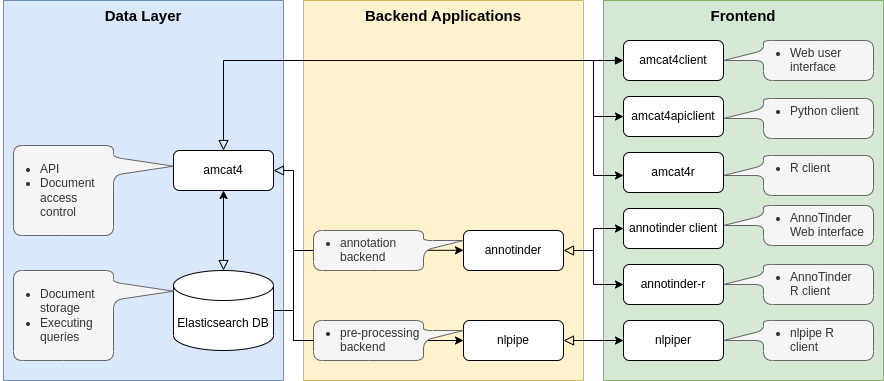
This is media/amcat-flow.drawio.png from JBGruber/amcat-book, a draw.io export, as it was before one commit. Source tidied: cells renumbered, new cells last; positions are measured from the earlier drawing's top-left corner, leaving out a move shared by most shapes.
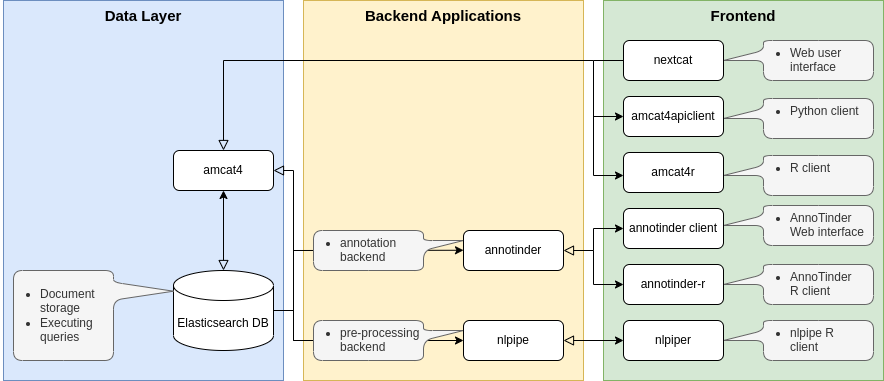
Later version of the same file.

Diff of the diagram source:
```diff
@@ -5,6 +5,9 @@
     <mxCell id="2" value="Data Layer" style="rounded=0;whiteSpace=wrap;html=1;strokeWidth=1;verticalAlign=top;fontStyle=1;fontSize=15;fillColor=#dae8fc;strokeColor=#6c8ebf;flipH=1;flipV=1;" parent="1" vertex="1">
       <mxGeometry width="280" height="380" as="geometry" />
     </mxCell>
+    <mxCell id="36" value="amcat4" style="rounded=1;whiteSpace=wrap;html=1;fontSize=12;glass=0;strokeWidth=1;shadow=0;imageWidth=24;" parent="1" vertex="1">
+      <mxGeometry x="170" y="150" width="100" height="40" as="geometry" />
+    </mxCell>
     <mxCell id="3" value="Repair Lamp" style="rounded=1;whiteSpace=wrap;html=1;fontSize=12;glass=0;strokeWidth=1;shadow=0;" parent="1" vertex="1">
       <mxGeometry x="414" y="20" width="120" height="40" as="geometry" />
     </mxCell>
@@ -48,12 +51,12 @@
     <mxCell id="12" value="&lt;ul&gt;&lt;li&gt;Web user interface&lt;/li&gt;&lt;/ul&gt;" style="shape=callout;whiteSpace=wrap;html=1;perimeter=calloutPerimeter;perimeterSpacing=0;rounded=1;position2=0.5;base=10;size=40;position=0.25;rotation=0;arcSize=18;align=left;verticalAlign=top;spacing=0;spacingRight=0;spacingLeft=-13;strokeWidth=1;fillColor=#f5f5f5;fontColor=#333333;strokeColor=#666666;direction=south;spacingBottom=0;spacingTop=-11;" parent="1" vertex="1">
       <mxGeometry x="720" y="40" width="150" height="40" as="geometry" />
     </mxCell>
-    <mxCell id="13" style="endArrow=block;html=1;rounded=0;fontSize=15;entryX=0;entryY=0.5;entryDx=0;entryDy=0;endFill=1;" parent="1" edge="1" target="14">
+    <mxCell id="13" style="endArrow=none;html=1;rounded=0;fontSize=15;entryX=0;entryY=0.5;entryDx=0;entryDy=0;endFill=0;" parent="1" edge="1" target="14">
       <mxGeometry relative="1" as="geometry">
         <mxPoint x="590" y="60" as="sourcePoint" />
       </mxGeometry>
     </mxCell>
-    <mxCell id="14" value="amcat4client" style="rounded=1;whiteSpace=wrap;html=1;fontSize=12;glass=0;strokeWidth=1;shadow=0;" parent="1" vertex="1">
+    <mxCell id="14" value="nextcat" style="rounded=1;whiteSpace=wrap;html=1;fontSize=12;glass=0;strokeWidth=1;shadow=0;" parent="1" vertex="1">
       <mxGeometry x="620" y="40" width="100" height="40" as="geometry" />
     </mxCell>
     <mxCell id="15" value="&lt;ul&gt;&lt;li&gt;Python client&lt;/li&gt;&lt;/ul&gt;" style="shape=callout;whiteSpace=wrap;html=1;perimeter=calloutPerimeter;perimeterSpacing=0;rounded=1;position2=0.5;base=10;size=40;position=0.25;rotation=0;arcSize=18;align=left;verticalAlign=top;spacing=0;spacingRight=0;spacingLeft=-13;strokeWidth=1;fillColor=#f5f5f5;fontColor=#333333;strokeColor=#666666;direction=south;spacingBottom=0;spacingTop=-11;" parent="1" vertex="1">
@@ -140,11 +143,5 @@
     <mxCell id="34" value="amcat4r" style="rounded=1;whiteSpace=wrap;html=1;fontSize=12;glass=0;strokeWidth=1;shadow=0;" parent="1" vertex="1">
       <mxGeometry x="620" y="152" width="100" height="40" as="geometry" />
     </mxCell>
-    <mxCell id="35" value="&lt;ul&gt;&lt;li&gt;API&lt;/li&gt;&lt;li&gt;Document access control&lt;/li&gt;&lt;/ul&gt;" style="shape=callout;whiteSpace=wrap;html=1;perimeter=calloutPerimeter;perimeterSpacing=0;rounded=1;position2=0.77;base=18;size=60;position=0.67;rotation=0;arcSize=18;align=left;verticalAlign=top;spacing=0;spacingRight=0;spacingLeft=-13;strokeWidth=1;fillColor=#f5f5f5;fontColor=#333333;strokeColor=#666666;direction=north;" parent="1" vertex="1">
-      <mxGeometry x="10" y="145" width="160" height="90" as="geometry" />
-    </mxCell>
-    <mxCell id="36" value="amcat4" style="rounded=1;whiteSpace=wrap;html=1;fontSize=12;glass=0;strokeWidth=1;shadow=0;imageWidth=24;" parent="1" vertex="1">
-      <mxGeometry x="170" y="150" width="100" height="40" as="geometry" />
-    </mxCell>
   </root>
 </mxGraphModel>
```
